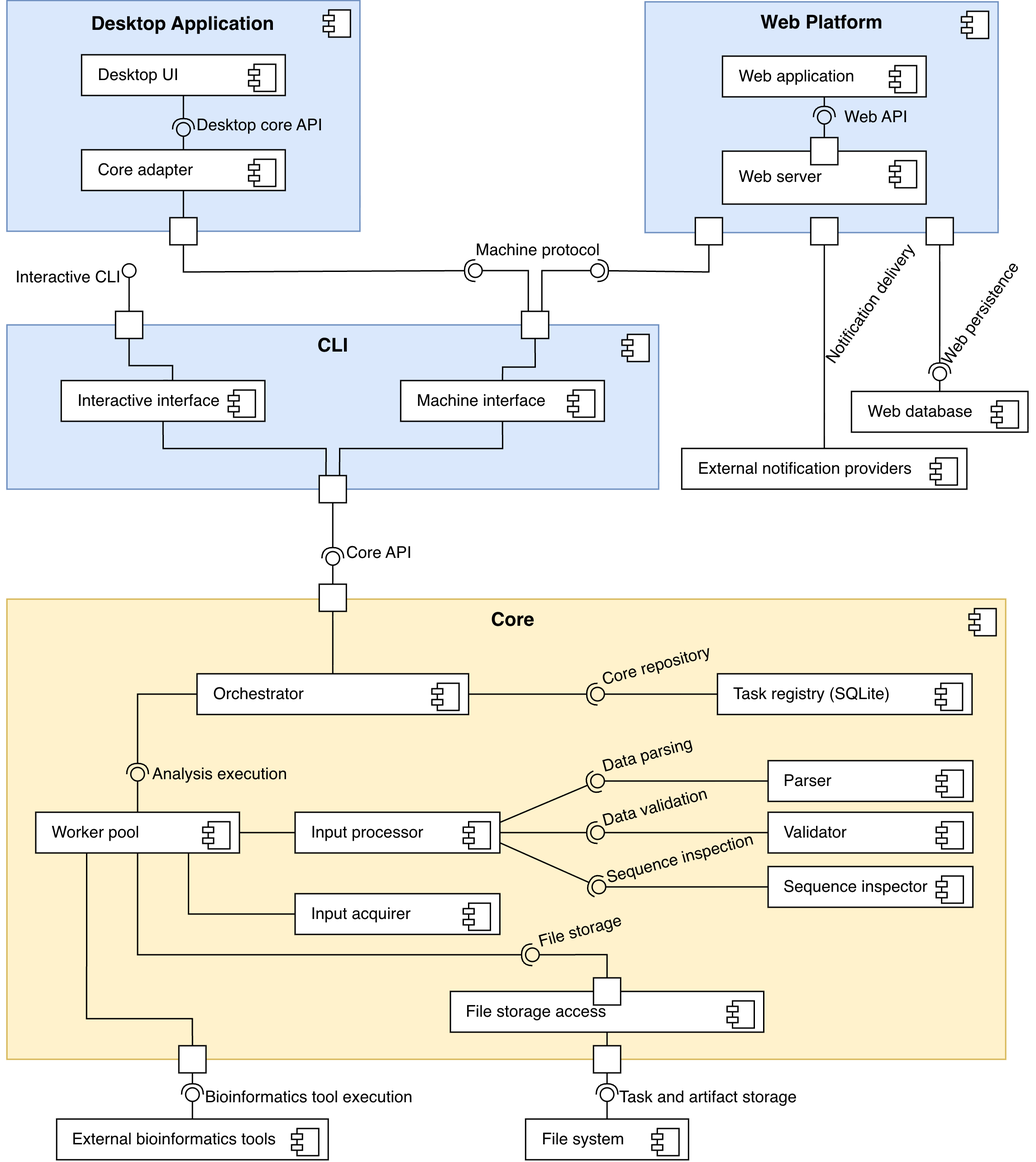
This is figures/system-design-diagrams/export/component-diagram.png from RogovGreg/master-thesis, a draw.io export, as it was before one commit. Source tidied: cells renumbered, new cells last; positions are measured from the earlier drawing's top-left corner, leaving out a move shared by most shapes.
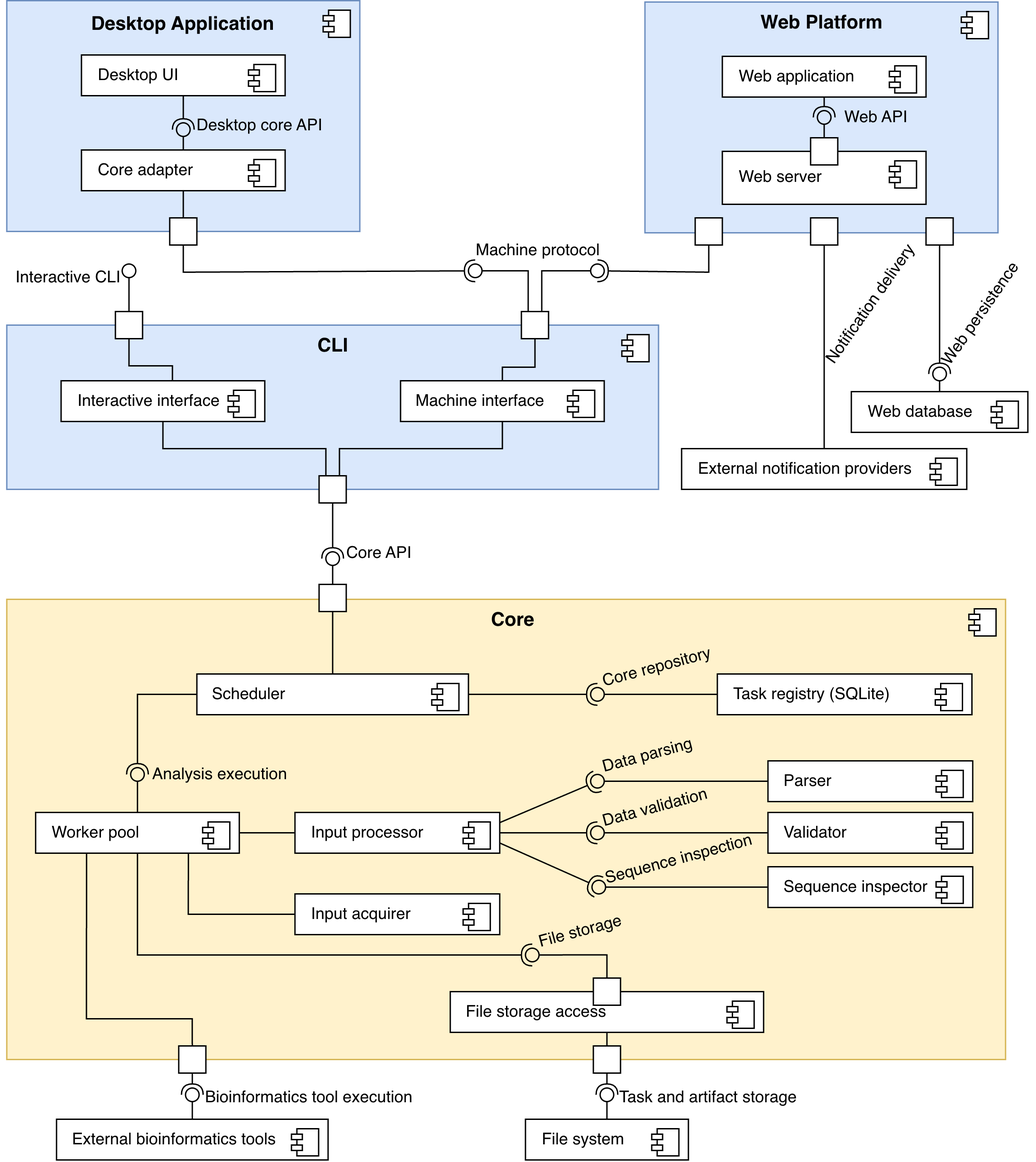
Later version of the same file.

Diff of the diagram source:
```diff
@@ -284,7 +284,7 @@
     <mxCell id="75" value="&lt;font style=&quot;font-size: 14px;&quot;&gt;&lt;b&gt;Core&lt;/b&gt;&lt;/font&gt;" style="text;html=1;whiteSpace=wrap;strokeColor=none;fillColor=none;align=center;verticalAlign=middle;rounded=0;" parent="1" vertex="1">
       <mxGeometry x="334.5" y="441" width="86.5" height="30" as="geometry" />
     </mxCell>
-    <mxCell id="76" value="&amp;nbsp; &amp;nbsp;Orchestrator" style="html=1;whiteSpace=wrap;align=left;" parent="1" vertex="1">
+    <mxCell id="76" value="&amp;nbsp; &amp;nbsp;Scheduler" style="html=1;whiteSpace=wrap;align=left;" parent="1" vertex="1">
       <mxGeometry x="145" y="496" width="200" height="30" as="geometry" />
     </mxCell>
     <mxCell id="77" style="shape=module;jettyWidth=8;jettyHeight=4;" parent="76" vertex="1">
```
